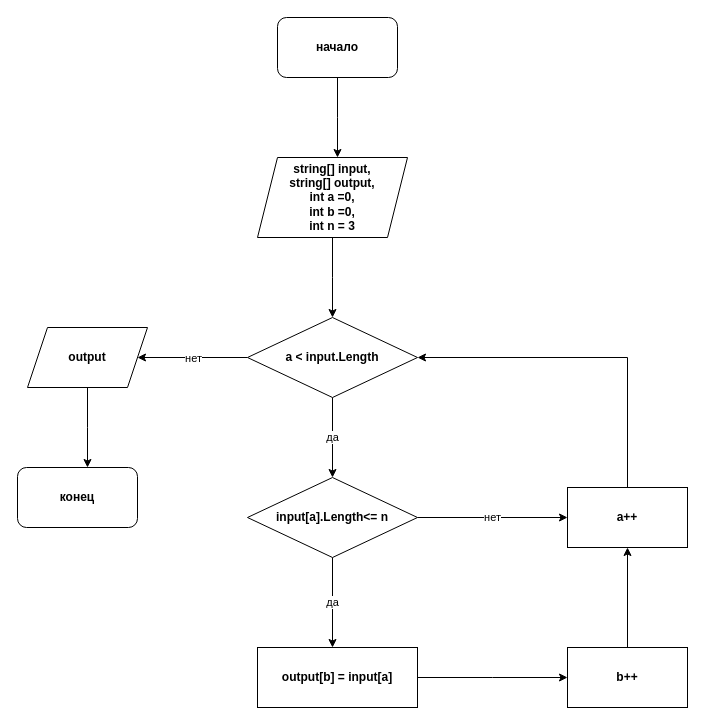
Before: блок-схема.drawio in Natalya-Trishina/FinalProject, a draw.io diagram. Source tidied: cells renumbered, new cells numbered last; positions are measured from the earlier drawing's top-left corner, leaving out a move shared by most shapes. Both pictures are drawn from the tidied source at 100%, with x=0, y=0 at pixel (17, 17).
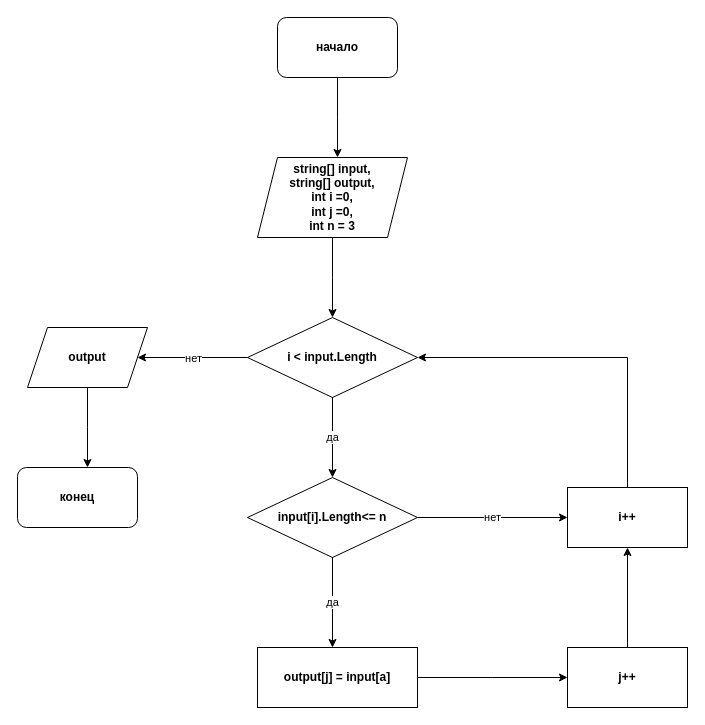
After the change.

The edit, as a diff of the source:
```diff
@@
-    <mxCell id="5" value="&lt;b&gt;string[] input,&lt;br&gt;string[] output,&lt;br&gt;int a =0,&lt;br&gt;int b =0,&lt;br&gt;int n = 3&lt;br&gt;&lt;/b&gt;" style="shape=parallelogram;perimeter=parallelogramPerimeter;whiteSpace=wrap;html=1;fixedSize=1;" parent="1" vertex="1">
+    <mxCell id="5" value="&lt;b&gt;string[] input,&lt;br&gt;string[] output,&lt;br&gt;int i =0,&lt;br&gt;int j =0,&lt;br&gt;int n = 3&lt;br&gt;&lt;/b&gt;" style="shape=parallelogram;perimeter=parallelogramPerimeter;whiteSpace=wrap;html=1;fixedSize=1;" parent="1" vertex="1">
       <mxGeometry x="240" y="140" width="150" height="80" as="geometry" />
     </mxCell>
@@
-    <mxCell id="8" value="&lt;b&gt;a &amp;lt; input.Length&lt;/b&gt;" style="rhombus;whiteSpace=wrap;html=1;" parent="1" vertex="1">
+    <mxCell id="8" value="&lt;b&gt;i &amp;lt; input.Length&lt;/b&gt;" style="rhombus;whiteSpace=wrap;html=1;" parent="1" vertex="1">
       <mxGeometry x="230" y="300" width="170" height="80" as="geometry" />
     </mxCell>
@@
-    <mxCell id="11" value="&lt;b&gt;input[a].Length&amp;lt;= n&lt;/b&gt;" style="rhombus;whiteSpace=wrap;html=1;" parent="1" vertex="1">
+    <mxCell id="11" value="&lt;b&gt;input[i].Length&amp;lt;= n&lt;/b&gt;" style="rhombus;whiteSpace=wrap;html=1;" parent="1" vertex="1">
       <mxGeometry x="230" y="460" width="170" height="80" as="geometry" />
     </mxCell>
@@
-    <mxCell id="13" value="&lt;b&gt;output[b] = input[a]&lt;/b&gt;" style="rounded=0;whiteSpace=wrap;html=1;" parent="1" vertex="1">
+    <mxCell id="13" value="&lt;b&gt;output[j] = input[a]&lt;/b&gt;" style="rounded=0;whiteSpace=wrap;html=1;" parent="1" vertex="1">
       <mxGeometry x="240" y="630" width="160" height="60" as="geometry" />
     </mxCell>
@@
-    <mxCell id="18" value="&lt;b&gt;b++&lt;/b&gt;" style="rounded=0;whiteSpace=wrap;html=1;" parent="1" vertex="1">
+    <mxCell id="18" value="&lt;b&gt;j++&lt;/b&gt;" style="rounded=0;whiteSpace=wrap;html=1;" parent="1" vertex="1">
       <mxGeometry x="550" y="630" width="120" height="60" as="geometry" />
     </mxCell>
@@
-    <mxCell id="20" value="&lt;b&gt;a++&lt;/b&gt;" style="rounded=0;whiteSpace=wrap;html=1;" parent="1" vertex="1">
+    <mxCell id="20" value="&lt;b&gt;i++&lt;/b&gt;" style="rounded=0;whiteSpace=wrap;html=1;" parent="1" vertex="1">
       <mxGeometry x="550" y="470" width="120" height="60" as="geometry" />
     </mxCell>
```
